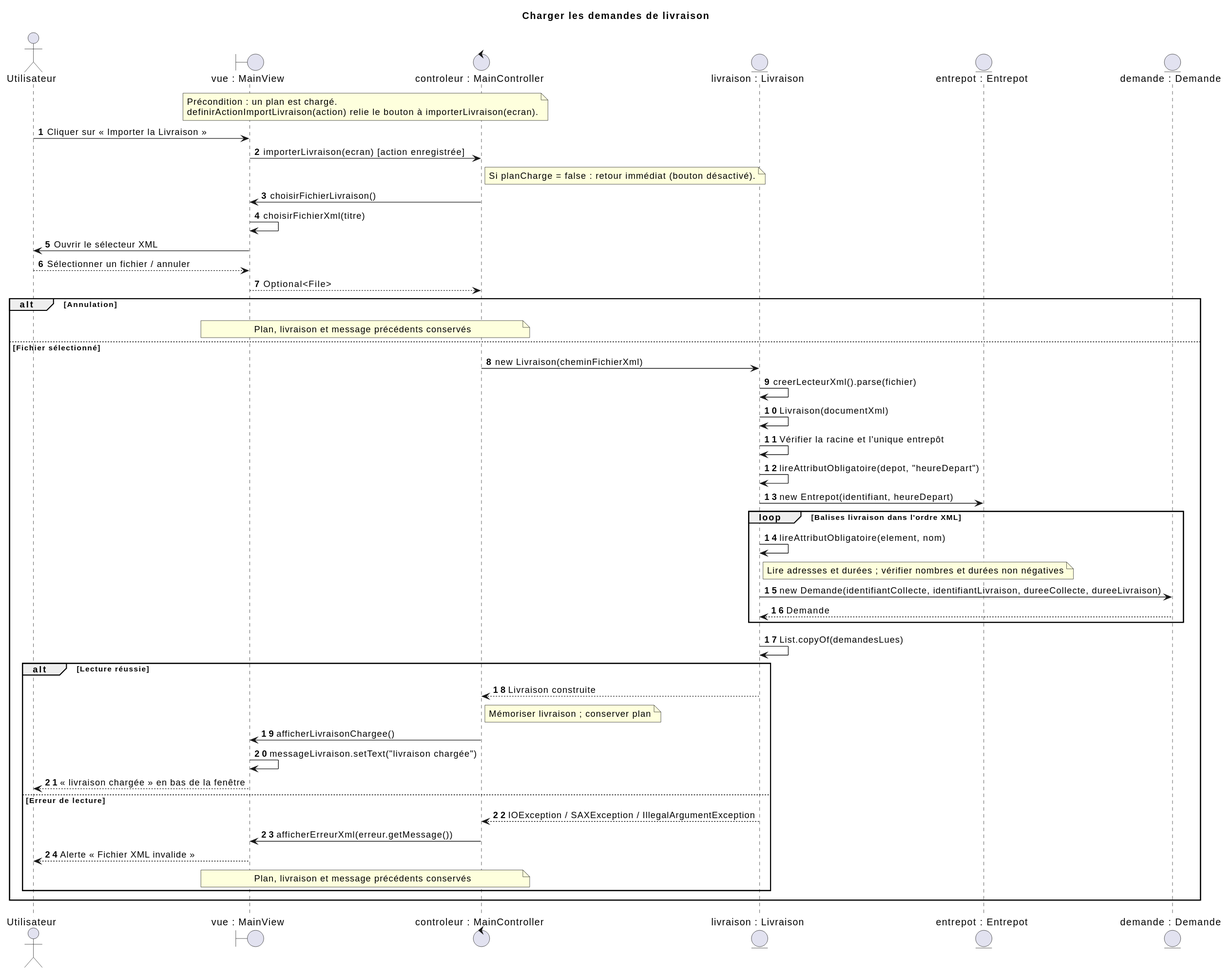
Earlier version of the PlantUML export docs/diagrams/out/sequence-chargement-livraison.svg (tristanhp/Optimod-Lyon). Source of this version:
```plantuml
@startuml
title Charger les demandes de livraison
autonumber
actor Utilisateur as U
boundary "vue : MainView" as V
control "controleur : MainController" as C
entity "livraison : Livraison" as L
entity "entrepot : Entrepot" as E
entity "demande : Demande" as D
note over V,C
Précondition : un plan est chargé.
definirActionImportLivraison(action) relie le bouton à importerLivraison(ecran).
end note
U -> V : Cliquer sur « Importer la Livraison »
V -> C : importerLivraison(ecran) [action enregistrée]
note right of C : Si planCharge = false : retour immédiat (bouton désactivé).
C -> V : choisirFichierLivraison()
V -> V : choisirFichierXml(titre)
V -> U : Ouvrir le sélecteur XML
U --> V : Sélectionner un fichier / annuler
V --> C : Optional<File>
alt Annulation
  note over V,C : Plan, livraison et message précédents conservés
else Fichier sélectionné
  C -> L : new Livraison(cheminFichierXml)
  L -> L : creerLecteurXml().parse(fichier)
  L -> L : Livraison(documentXml)
  L -> L : Vérifier la racine et l'unique entrepôt
  L -> L : lireAttributObligatoire(depot, "heureDepart")
  L -> E : new Entrepot(identifiant, heureDepart)
  loop Balises livraison dans l'ordre XML
    L -> L : lireAttributObligatoire(element, nom)
    note right of L : Lire adresses et durées ; vérifier nombres et durées non négatives
    L -> D : new Demande(identifiantCollecte, identifiantLivraison, dureeCollecte, dureeLivraison)
    D --> L : Demande
  end
  L -> L : List.copyOf(demandesLues)
  alt Lecture réussie
    L --> C : Livraison construite
    note right of C : Mémoriser livraison ; conserver plan
    C -> V : afficherLivraisonChargee()
    V -> V : messageLivraison.setText("livraison chargée")
    V --> U : « livraison chargée » en bas de la fenêtre
  else Erreur de lecture
    L --> C : IOException / SAXException / IllegalArgumentException
    C -> V : afficherErreurXml(erreur.getMessage())
    V --> U : Alerte « Fichier XML invalide »
    note over V,C : Plan, livraison et message précédents conservés
  end
end
@enduml
```
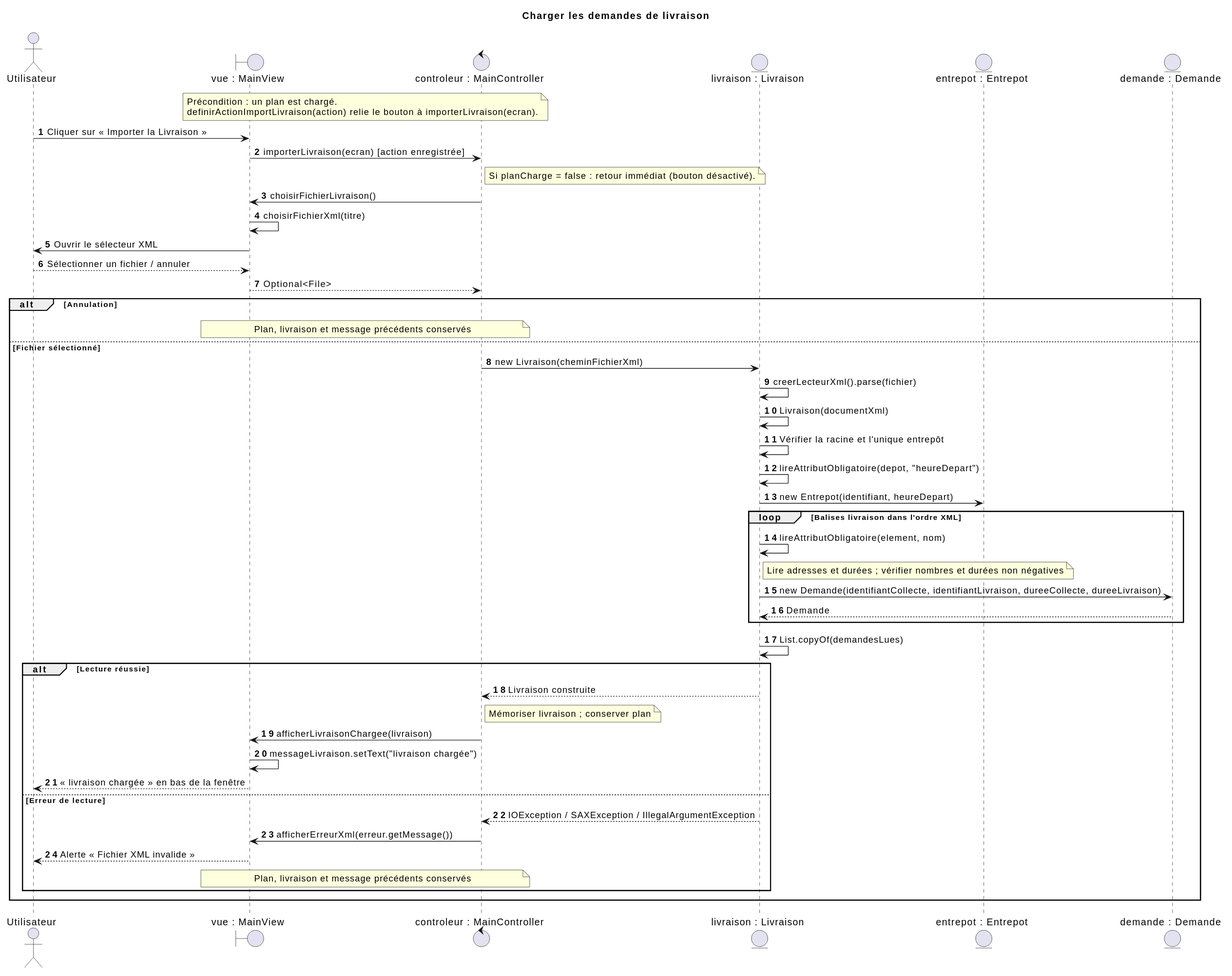
After the commit.

Diff of the diagram source:
```diff
@@ -38,7 +38,7 @@
   alt Lecture réussie
     L --> C : Livraison construite
     note right of C : Mémoriser livraison ; conserver plan
-    C -> V : afficherLivraisonChargee()
+    C -> V : afficherLivraisonChargee(livraison)
     V -> V : messageLivraison.setText("livraison chargée")
     V --> U : « livraison chargée » en bas de la fenêtre
   else Erreur de lecture
```
